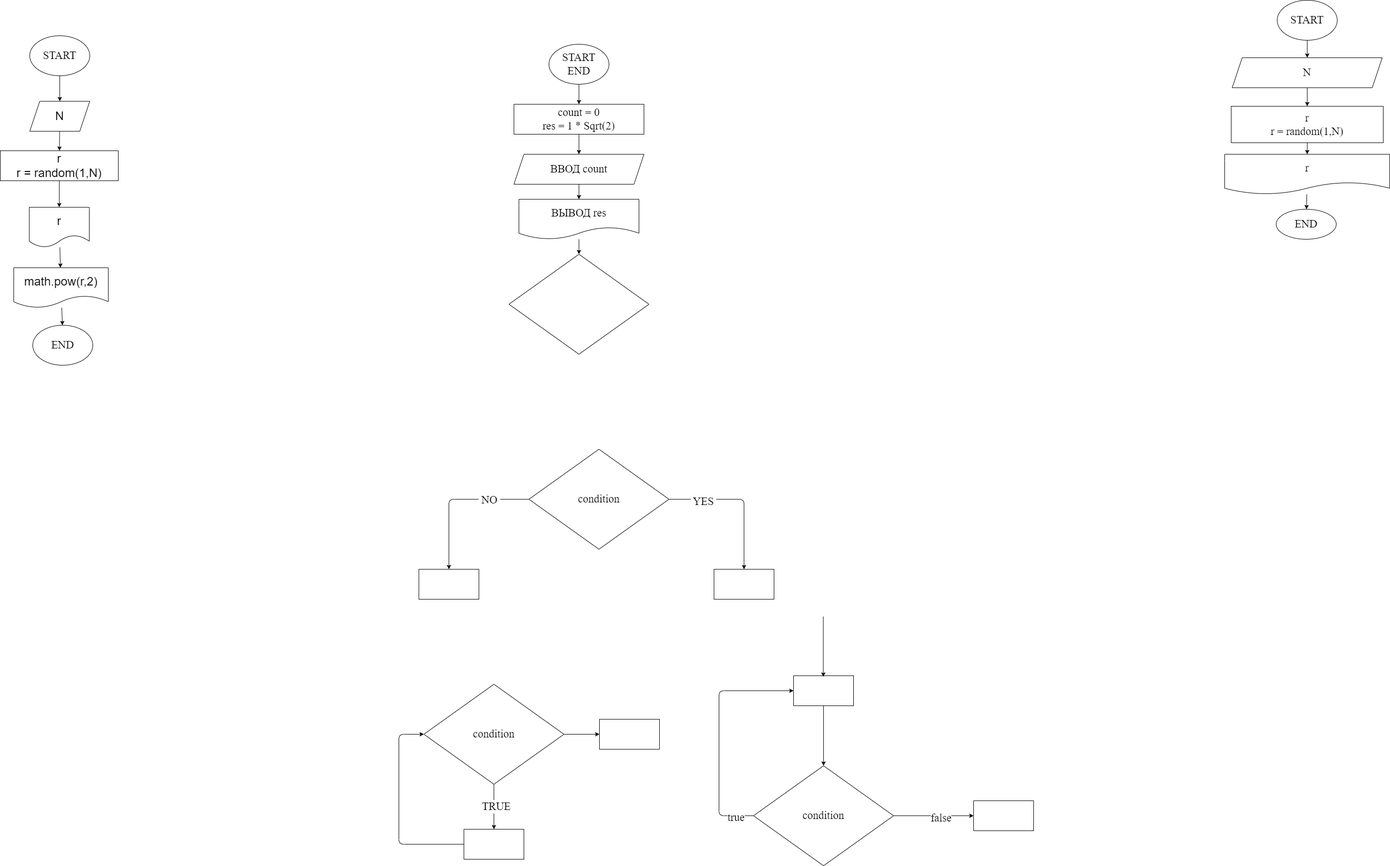
iksergey/practice_temp keeps this draw.io diagram as ex000.drawio.png. Above is the earlier version. Source tidied: cells renumbered, new cells last; positions are measured from the earlier drawing's top-left corner, leaving out a move shared by most shapes.
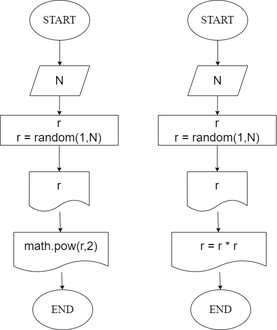
Later version of the same file.

Commit message:
Добавил блок-схему

The edit, as a diff of the source:
```diff
@@ -2,150 +2,6 @@
   <root>
     <mxCell id="0" />
     <mxCell id="1" parent="0" />
-    <mxCell id="2" style="edgeStyle=none;html=1;fontFamily=Fira Code;fontSize=22;" parent="1" edge="1" source="3" target="5">
-      <mxGeometry relative="1" as="geometry" />
-    </mxCell>
-    <mxCell id="3" value="START&lt;br&gt;END" style="ellipse;whiteSpace=wrap;html=1;fontFamily=Fira Code;fontSize=22;" parent="1" vertex="1">
-      <mxGeometry x="1097" y="88" width="120" height="80" as="geometry" />
-    </mxCell>
-    <mxCell id="4" style="edgeStyle=none;html=1;fontFamily=Fira Code;fontSize=22;" parent="1" edge="1" source="5" target="7">
-      <mxGeometry relative="1" as="geometry" />
-    </mxCell>
-    <mxCell id="5" value="count = 0&lt;br&gt;res = 1 * Sqrt(2)" style="whiteSpace=wrap;html=1;fontSize=22;fontFamily=Fira Code;" parent="1" vertex="1">
-      <mxGeometry x="1027" y="208" width="260" height="60" as="geometry" />
-    </mxCell>
-    <mxCell id="6" style="edgeStyle=none;html=1;fontFamily=Fira Code;fontSize=22;" parent="1" edge="1" source="7" target="9">
-      <mxGeometry relative="1" as="geometry" />
-    </mxCell>
-    <mxCell id="7" value="ВВОД count" style="shape=parallelogram;perimeter=parallelogramPerimeter;whiteSpace=wrap;html=1;fixedSize=1;fontSize=22;fontFamily=Fira Code;" parent="1" vertex="1">
-      <mxGeometry x="1027" y="308" width="260" height="60" as="geometry" />
-    </mxCell>
-    <mxCell id="8" style="edgeStyle=none;html=1;fontFamily=Fira Code;fontSize=22;" parent="1" edge="1" source="9" target="10">
-      <mxGeometry relative="1" as="geometry" />
-    </mxCell>
-    <mxCell id="9" value="ВЫВОД res" style="shape=document;whiteSpace=wrap;html=1;boundedLbl=1;fontSize=22;fontFamily=Fira Code;" parent="1" vertex="1">
-      <mxGeometry x="1037" y="398" width="240" height="80" as="geometry" />
-    </mxCell>
-    <mxCell id="10" style="rhombus;whiteSpace=wrap;html=1;fontSize=22;fontFamily=Fira Code;" parent="1" vertex="1">
-      <mxGeometry x="1017" y="508" width="280" height="200" as="geometry" />
-    </mxCell>
-    <mxCell id="11" style="edgeStyle=none;html=1;fontFamily=Fira Code;fontSize=22;" parent="1" edge="1" source="15" target="16">
-      <mxGeometry relative="1" as="geometry">
-        <Array as="points">
-          <mxPoint x="1487" y="998" />
-        </Array>
-      </mxGeometry>
-    </mxCell>
-    <mxCell id="12" value="&amp;nbsp;YES&amp;nbsp;" style="edgeLabel;html=1;align=center;verticalAlign=middle;fontSize=22;fontFamily=Fira Code;" parent="11" vertex="1">
-      <mxGeometry x="-0.53" y="-4" relative="1" as="geometry" />
-    </mxCell>
-    <mxCell id="13" style="edgeStyle=none;html=1;fontFamily=Fira Code;fontSize=22;" parent="1" edge="1" source="15" target="17">
-      <mxGeometry relative="1" as="geometry">
-        <Array as="points">
-          <mxPoint x="897" y="998" />
-        </Array>
-      </mxGeometry>
-    </mxCell>
-    <mxCell id="14" value="&amp;nbsp;NO&amp;nbsp;" style="edgeLabel;html=1;align=center;verticalAlign=middle;fontSize=22;fontFamily=Fira Code;" parent="13" vertex="1">
-      <mxGeometry x="-0.47" y="1" relative="1" as="geometry" />
-    </mxCell>
-    <mxCell id="15" value="condition" style="rhombus;whiteSpace=wrap;html=1;fontSize=22;fontFamily=Fira Code;" parent="1" vertex="1">
-      <mxGeometry x="1057" y="898" width="280" height="200" as="geometry" />
-    </mxCell>
-    <mxCell id="16" style="whiteSpace=wrap;html=1;fontSize=22;fontFamily=Fira Code;" parent="1" vertex="1">
-      <mxGeometry x="1427" y="1138" width="120" height="60" as="geometry" />
-    </mxCell>
-    <mxCell id="17" style="whiteSpace=wrap;html=1;fontSize=22;fontFamily=Fira Code;" parent="1" vertex="1">
-      <mxGeometry x="837" y="1138" width="120" height="60" as="geometry" />
-    </mxCell>
-    <mxCell id="18" style="edgeStyle=none;html=1;fontFamily=Fira Code;fontSize=22;" parent="1" edge="1" source="21" target="23">
-      <mxGeometry relative="1" as="geometry" />
-    </mxCell>
-    <mxCell id="19" value="&amp;nbsp;TRUE&amp;nbsp;" style="edgeLabel;html=1;align=center;verticalAlign=middle;fontSize=22;fontFamily=Fira Code;" parent="18" vertex="1">
-      <mxGeometry y="4" relative="1" as="geometry" />
-    </mxCell>
-    <mxCell id="20" style="edgeStyle=none;html=1;fontFamily=Fira Code;fontSize=22;" parent="1" edge="1" source="21" target="32">
-      <mxGeometry relative="1" as="geometry" />
-    </mxCell>
-    <mxCell id="21" value="condition" style="rhombus;whiteSpace=wrap;html=1;fontSize=22;fontFamily=Fira Code;" parent="1" vertex="1">
-      <mxGeometry x="847" y="1368" width="280" height="200" as="geometry" />
-    </mxCell>
-    <mxCell id="22" style="edgeStyle=none;html=1;entryX=0;entryY=0.5;entryDx=0;entryDy=0;fontFamily=Fira Code;fontSize=22;" parent="1" edge="1" source="23" target="21">
-      <mxGeometry relative="1" as="geometry">
-        <Array as="points">
-          <mxPoint x="797" y="1688" />
-          <mxPoint x="797" y="1468" />
-        </Array>
-      </mxGeometry>
-    </mxCell>
-    <mxCell id="23" style="whiteSpace=wrap;html=1;fontSize=22;fontFamily=Fira Code;" parent="1" vertex="1">
-      <mxGeometry x="927" y="1658" width="120" height="60" as="geometry" />
-    </mxCell>
-    <mxCell id="24" style="edgeStyle=none;html=1;entryX=0;entryY=0.5;entryDx=0;entryDy=0;fontFamily=Fira Code;fontSize=22;" parent="1" edge="1" source="28" target="30">
-      <mxGeometry relative="1" as="geometry">
-        <Array as="points">
-          <mxPoint x="1437" y="1631" />
-          <mxPoint x="1437" y="1381" />
-        </Array>
-      </mxGeometry>
-    </mxCell>
-    <mxCell id="25" value="true" style="edgeLabel;html=1;align=center;verticalAlign=middle;fontSize=22;fontFamily=Fira Code;" parent="24" vertex="1">
-      <mxGeometry x="-0.85" y="3" relative="1" as="geometry" />
-    </mxCell>
-    <mxCell id="26" style="edgeStyle=none;html=1;fontFamily=Fira Code;fontSize=22;" parent="1" edge="1" source="28" target="33">
-      <mxGeometry relative="1" as="geometry" />
-    </mxCell>
-    <mxCell id="27" value="false" style="edgeLabel;html=1;align=center;verticalAlign=middle;fontSize=22;fontFamily=Fira Code;" parent="26" vertex="1">
-      <mxGeometry x="0.17" y="-4" relative="1" as="geometry" />
-    </mxCell>
-    <mxCell id="28" value="condition" style="rhombus;whiteSpace=wrap;html=1;fontSize=22;fontFamily=Fira Code;" parent="1" vertex="1">
-      <mxGeometry x="1506" y="1531" width="280" height="200" as="geometry" />
-    </mxCell>
-    <mxCell id="29" style="edgeStyle=none;html=1;entryX=0.5;entryY=0;entryDx=0;entryDy=0;fontFamily=Fira Code;fontSize=22;" parent="1" edge="1" source="30" target="28">
-      <mxGeometry relative="1" as="geometry" />
-    </mxCell>
-    <mxCell id="30" style="whiteSpace=wrap;html=1;fontSize=22;fontFamily=Fira Code;" parent="1" vertex="1">
-      <mxGeometry x="1586" y="1351" width="120" height="60" as="geometry" />
-    </mxCell>
-    <mxCell id="31" style="edgeStyle=none;html=1;entryX=0.5;entryY=0;entryDx=0;entryDy=0;fontFamily=Fira Code;fontSize=22;" parent="1" edge="1">
-      <mxGeometry relative="1" as="geometry">
-        <mxPoint x="1645.5" y="1233" as="sourcePoint" />
-        <mxPoint x="1645.5" y="1353" as="targetPoint" />
-      </mxGeometry>
-    </mxCell>
-    <mxCell id="32" style="whiteSpace=wrap;html=1;fontSize=22;fontFamily=Fira Code;" parent="1" vertex="1">
-      <mxGeometry x="1198" y="1438" width="120" height="60" as="geometry" />
-    </mxCell>
-    <mxCell id="33" style="whiteSpace=wrap;html=1;fontSize=22;fontFamily=Fira Code;" parent="1" vertex="1">
-      <mxGeometry x="1946" y="1601" width="120" height="60" as="geometry" />
-    </mxCell>
-    <mxCell id="34" style="edgeStyle=none;html=1;fontFamily=Fira Code;fontSize=22;" parent="1" edge="1" source="35" target="37">
-      <mxGeometry relative="1" as="geometry" />
-    </mxCell>
-    <mxCell id="35" value="START" style="ellipse;whiteSpace=wrap;html=1;fontFamily=Fira Code;fontSize=22;" parent="1" vertex="1">
-      <mxGeometry x="2553" width="120" height="80" as="geometry" />
-    </mxCell>
-    <mxCell id="36" style="edgeStyle=none;html=1;fontFamily=Fira Code;fontSize=22;" parent="1" edge="1" source="37" target="39">
-      <mxGeometry relative="1" as="geometry" />
-    </mxCell>
-    <mxCell id="37" value="N" style="shape=parallelogram;perimeter=parallelogramPerimeter;whiteSpace=wrap;html=1;fixedSize=1;fontSize=22;fontFamily=Fira Code;" parent="1" vertex="1">
-      <mxGeometry x="2463" y="115" width="300" height="60" as="geometry" />
-    </mxCell>
-    <mxCell id="38" style="edgeStyle=none;html=1;fontFamily=Fira Code;fontSize=22;" parent="1" edge="1" source="39" target="41">
-      <mxGeometry relative="1" as="geometry" />
-    </mxCell>
-    <mxCell id="39" value="r&lt;br&gt;r = random(1,N)" style="whiteSpace=wrap;html=1;fontSize=22;fontFamily=Fira Code;" parent="1" vertex="1">
-      <mxGeometry x="2461" y="212" width="304" height="73" as="geometry" />
-    </mxCell>
-    <mxCell id="40" style="edgeStyle=none;html=1;fontFamily=Fira Code;fontSize=22;" parent="1" edge="1" source="41" target="42">
-      <mxGeometry relative="1" as="geometry" />
-    </mxCell>
-    <mxCell id="41" value="r" style="shape=document;whiteSpace=wrap;html=1;boundedLbl=1;fontSize=22;fontFamily=Fira Code;" parent="1" vertex="1">
-      <mxGeometry x="2448" y="308" width="330" height="80" as="geometry" />
-    </mxCell>
-    <mxCell id="42" value="END" style="ellipse;whiteSpace=wrap;html=1;fontSize=22;fontFamily=Fira Code;" parent="1" vertex="1">
-      <mxGeometry x="2551" y="418" width="120" height="60" as="geometry" />
-    </mxCell>
     <mxCell id="43" style="edgeStyle=none;html=1;" parent="1" edge="1" source="44" target="48">
       <mxGeometry relative="1" as="geometry" />
     </mxCell>
@@ -179,5 +35,38 @@
     <mxCell id="53" value="math.pow(r,2)" style="shape=document;whiteSpace=wrap;html=1;boundedLbl=1;fontSize=24;" parent="1" vertex="1">
       <mxGeometry x="27" y="535" width="189" height="80" as="geometry" />
     </mxCell>
+    <mxCell id="34" style="edgeStyle=none;html=1;" parent="1" edge="1" source="35" target="37">
+      <mxGeometry relative="1" as="geometry" />
+    </mxCell>
+    <mxCell id="35" value="&lt;span style=&quot;font-family: &amp;#34;fira code&amp;#34; ; font-size: 22px&quot;&gt;START&lt;/span&gt;" style="ellipse;whiteSpace=wrap;html=1;" parent="1" vertex="1">
+      <mxGeometry x="375" y="71" width="120" height="80" as="geometry" />
+    </mxCell>
+    <mxCell id="38" style="edgeStyle=none;html=1;" parent="1" edge="1" source="39" target="41">
+      <mxGeometry relative="1" as="geometry" />
+    </mxCell>
+    <mxCell id="39" value="&lt;font style=&quot;font-size: 24px&quot;&gt;r&lt;br&gt;r = random(1,N)&lt;/font&gt;" style="rounded=0;whiteSpace=wrap;html=1;" parent="1" vertex="1">
+      <mxGeometry x="316" y="301" width="236" height="60" as="geometry" />
+    </mxCell>
+    <mxCell id="36" style="edgeStyle=none;html=1;" parent="1" edge="1" source="37" target="39">
+      <mxGeometry relative="1" as="geometry" />
+    </mxCell>
+    <mxCell id="37" value="&lt;font style=&quot;font-size: 24px&quot;&gt;N&lt;/font&gt;" style="shape=parallelogram;perimeter=parallelogramPerimeter;whiteSpace=wrap;html=1;fixedSize=1;" parent="1" vertex="1">
+      <mxGeometry x="375" y="202" width="120" height="60" as="geometry" />
+    </mxCell>
+    <mxCell id="54" style="edgeStyle=none;html=1;fontSize=24;" parent="1" edge="1" source="41" target="56">
+      <mxGeometry relative="1" as="geometry" />
+    </mxCell>
+    <mxCell id="41" value="&lt;font style=&quot;font-size: 24px&quot;&gt;r&lt;/font&gt;" style="shape=document;whiteSpace=wrap;html=1;boundedLbl=1;" parent="1" vertex="1">
+      <mxGeometry x="374" y="414" width="120" height="80" as="geometry" />
+    </mxCell>
+    <mxCell id="42" value="&lt;span style=&quot;font-family: &amp;#34;fira code&amp;#34; ; font-size: 22px&quot;&gt;END&lt;/span&gt;" style="ellipse;whiteSpace=wrap;html=1;" parent="1" vertex="1">
+      <mxGeometry x="381" y="650" width="120" height="80" as="geometry" />
+    </mxCell>
+    <mxCell id="55" style="edgeStyle=none;html=1;fontSize=24;" parent="1" edge="1" source="56" target="42">
+      <mxGeometry relative="1" as="geometry" />
+    </mxCell>
+    <mxCell id="56" value="r = r * r" style="shape=document;whiteSpace=wrap;html=1;boundedLbl=1;fontSize=24;" parent="1" vertex="1">
+      <mxGeometry x="343" y="535" width="189" height="80" as="geometry" />
+    </mxCell>
   </root>
 </mxGraphModel>
```
